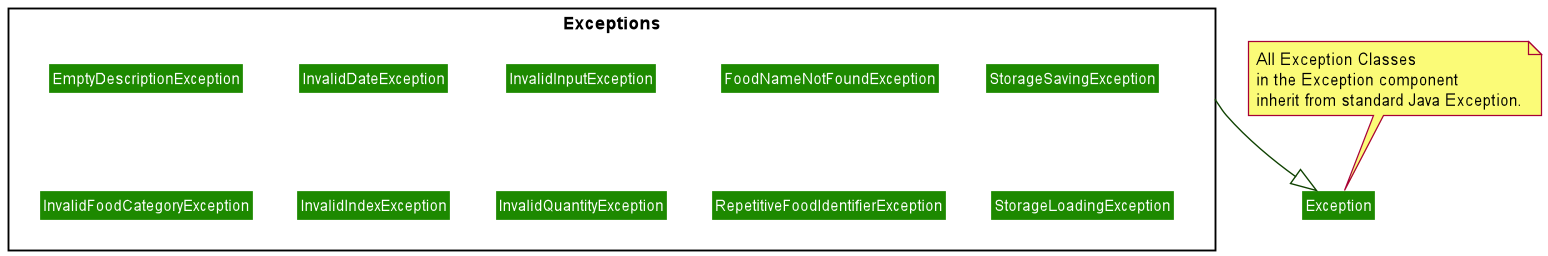
Above: docs/diagrams/diagram_images/ExceptionClassDiagram.png in nus-cs2113-AY2021S2/tp (PlantUML), before the change.
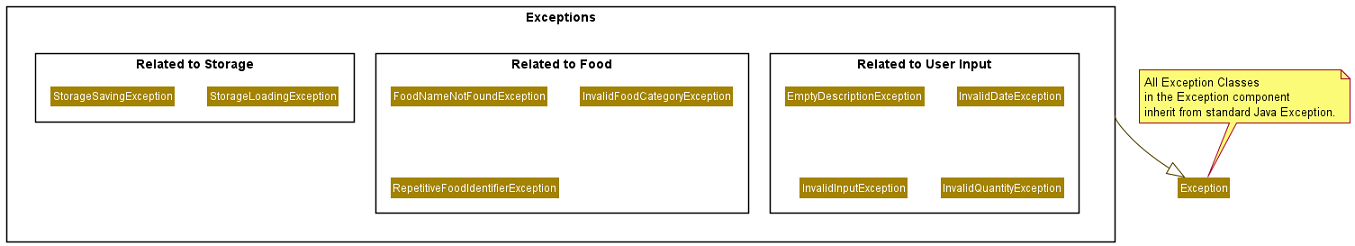
Above is the later version.

What changed in the source:
```diff
@@ -1,33 +1,31 @@
-@startuml UtilitiesClassDiagram
+@startuml ExceptionClassDiagram
 allow_mixing
 !include style.puml
 skinparam arrowThickness 1.1
-skinparam arrowColor UI_COLOR_T4
-skinparam classBackgroundColor UI_COLOR
-skinparam classAttributeIconSize 0
-
+skinparam arrowColor EXCEPTION_COLOR_T4
+skinparam classBackgroundColor EXCEPTION_COLOR
 
 package Exceptions <<Rectangle>> {
-    class EmptyDescriptionException
-    class FoodNameNotFoundException
-    class InvalidDateException
-    class InvalidFoodCategoryException
-    class InvalidIndexException
-    class InvalidInputException
-    class InvalidQuantityException
-    class RepetitiveFoodIdentifierException
-    class StorageLoadingException
-    class StorageSavingException
+    package "Related to User Input" as ui <<Rectangle>> {
+        class EmptyDescriptionException
+        class InvalidDateException
+        class InvalidInputException
+        class InvalidQuantityException
+    }
+
+    package "Related to Food" as food <<Rectangle>> {
+        class FoodNameNotFoundException
+        class InvalidFoodCategoryException
+        class RepetitiveFoodIdentifierException
+    }
+
+    package "Related to Storage" as storage <<Rectangle>> {
+        class StorageLoadingException
+        class StorageSavingException
+    }
 }
 
 Exceptions -down-|> Exception
-InvalidFoodCategoryException -up[hidden]-> EmptyDescriptionException
-InvalidIndexException -up[hidden]-> InvalidDateException
-
-InvalidQuantityException -up[hidden]-> InvalidInputException
-FoodNameNotFoundException -down[hidden]-> RepetitiveFoodIdentifierException
-StorageSavingException -down[hidden]->  StorageLoadingException
-StorageSavingException -left[hidden]-> FoodNameNotFoundException
 note top of Exception : All Exception Classes\nin the Exception component \ninherit from standard Java Exception.
 
 
```
